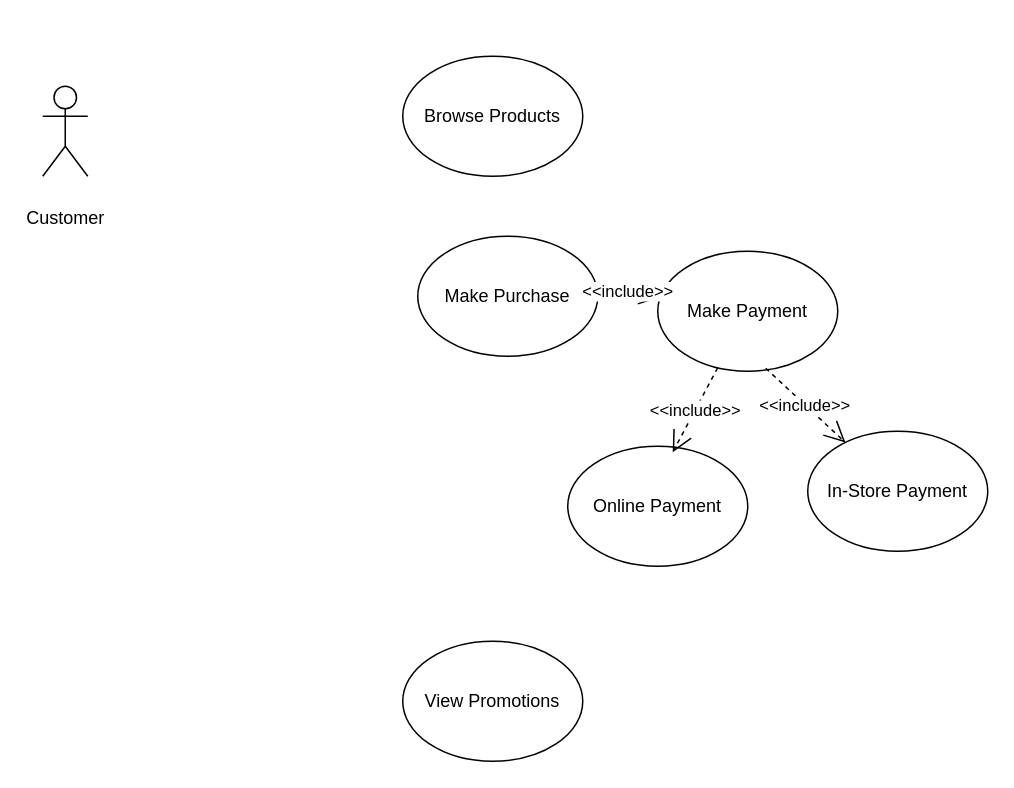
Above: Test_15052025.drawio in NgoAnhThanThien/thanthien123 (draw.io), before the change. Source tidied: cells renumbered, new cells numbered last; positions are measured from the earlier drawing's top-left corner, leaving out a move shared by most shapes. Both pictures are drawn from the tidied source at 150%, with x=0, y=0 at pixel (42, 56).
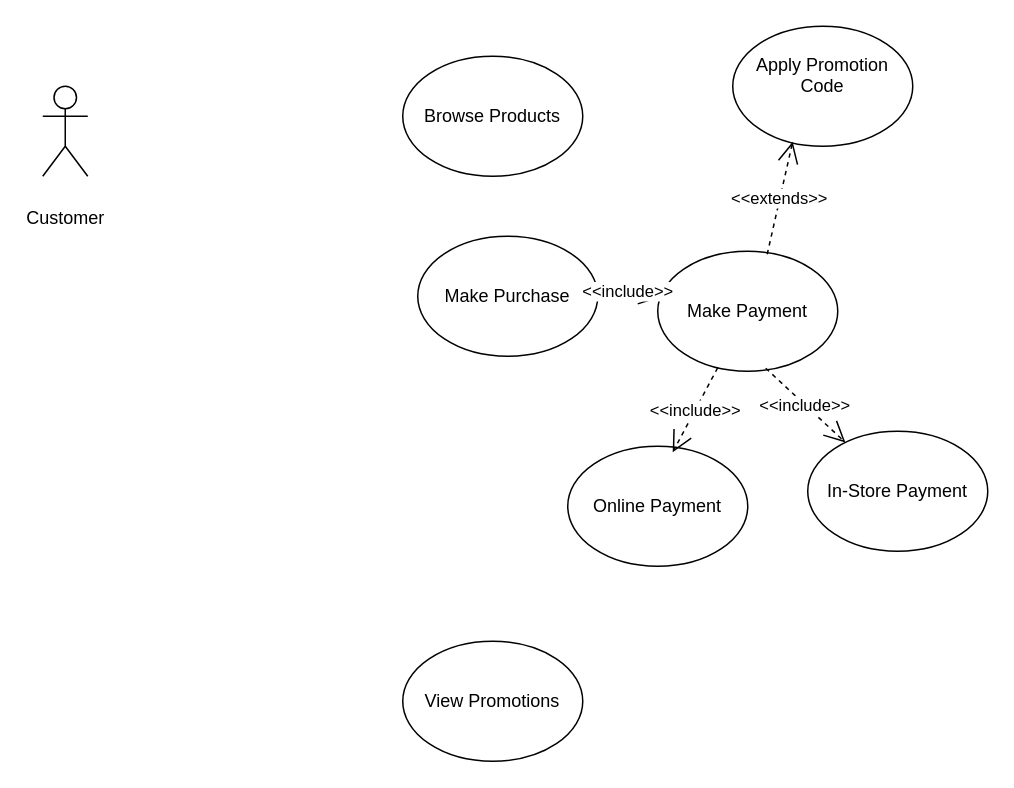
After the change.

The edit, as a diff of the source:
```diff
@@
 <mxGraphModel>
   <root>
     <mxCell id="0" />
     <mxCell id="1" parent="0" />
     <mxCell id="2" value="&#10;Customer&#10;&#10;" style="shape=umlActor;verticalLabelPosition=bottom;verticalAlign=top;html=1;" parent="1" vertex="1">
       <mxGeometry y="20" width="30" height="60" as="geometry" />
     </mxCell>
     <mxCell id="3" value="Browse Products" style="ellipse;whiteSpace=wrap;html=1;" parent="1" vertex="1">
       <mxGeometry x="240" width="120" height="80" as="geometry" />
     </mxCell>
     <mxCell id="4" value="Make Purchase" style="ellipse;whiteSpace=wrap;html=1;" parent="1" vertex="1">
       <mxGeometry x="250" y="120" width="120" height="80" as="geometry" />
     </mxCell>
     <mxCell id="5" value="View Promotions" style="ellipse;whiteSpace=wrap;html=1;" parent="1" vertex="1">
       <mxGeometry x="240" y="390" width="120" height="80" as="geometry" />
     </mxCell>
     <mxCell id="6" value="Make Payment" style="ellipse;whiteSpace=wrap;html=1;" parent="1" vertex="1">
       <mxGeometry x="410" y="130" width="120" height="80" as="geometry" />
     </mxCell>
     <mxCell id="7" value="Online Payment" style="ellipse;whiteSpace=wrap;html=1;" parent="1" vertex="1">
       <mxGeometry x="350" y="260" width="120" height="80" as="geometry" />
     </mxCell>
     <mxCell id="8" value="In-Store Payment" style="ellipse;whiteSpace=wrap;html=1;" parent="1" vertex="1">
       <mxGeometry x="510" y="250" width="120" height="80" as="geometry" />
     </mxCell>
     <mxCell id="9" value="&amp;lt;&amp;lt;include&amp;gt;&amp;gt;" style="endArrow=open;endSize=12;dashed=1;html=1;rounded=0;entryX=0.583;entryY=0.05;entryDx=0;entryDy=0;entryPerimeter=0;" parent="1" edge="1" source="6" target="7">
       <mxGeometry relative="1" as="geometry" />
     </mxCell>
     <mxCell id="10" value="&amp;lt;&amp;lt;include&amp;gt;&amp;gt;" style="endArrow=open;endSize=12;dashed=1;html=1;rounded=0;exitX=0.6;exitY=0.975;exitDx=0;exitDy=0;exitPerimeter=0;" parent="1" edge="1" source="6" target="8">
       <mxGeometry relative="1" as="geometry" />
     </mxCell>
     <mxCell id="11" value="&amp;lt;&amp;lt;include&amp;gt;&amp;gt;" style="endArrow=open;endSize=12;dashed=1;html=1;rounded=0;exitX=0.983;exitY=0.425;exitDx=0;exitDy=0;exitPerimeter=0;" parent="1" edge="1" source="4" target="6">
       <mxGeometry relative="1" as="geometry" />
     </mxCell>
+    <mxCell id="12" value="&#10;Apply Promotion Code&#10;&#10;" style="ellipse;whiteSpace=wrap;html=1;" parent="1" vertex="1">
+      <mxGeometry x="460" y="-20" width="120" height="80" as="geometry" />
+    </mxCell>
+    <mxCell id="13" value="&amp;lt;&amp;lt;extends&amp;gt;&amp;gt;" style="endArrow=open;endSize=12;dashed=1;html=1;rounded=0;exitX=0.608;exitY=0.025;exitDx=0;exitDy=0;exitPerimeter=0;entryX=0.333;entryY=0.963;entryDx=0;entryDy=0;entryPerimeter=0;" parent="1" edge="1" source="6" target="12">
+      <mxGeometry relative="1" as="geometry" />
+    </mxCell>
   </root>
 </mxGraphModel>
```
